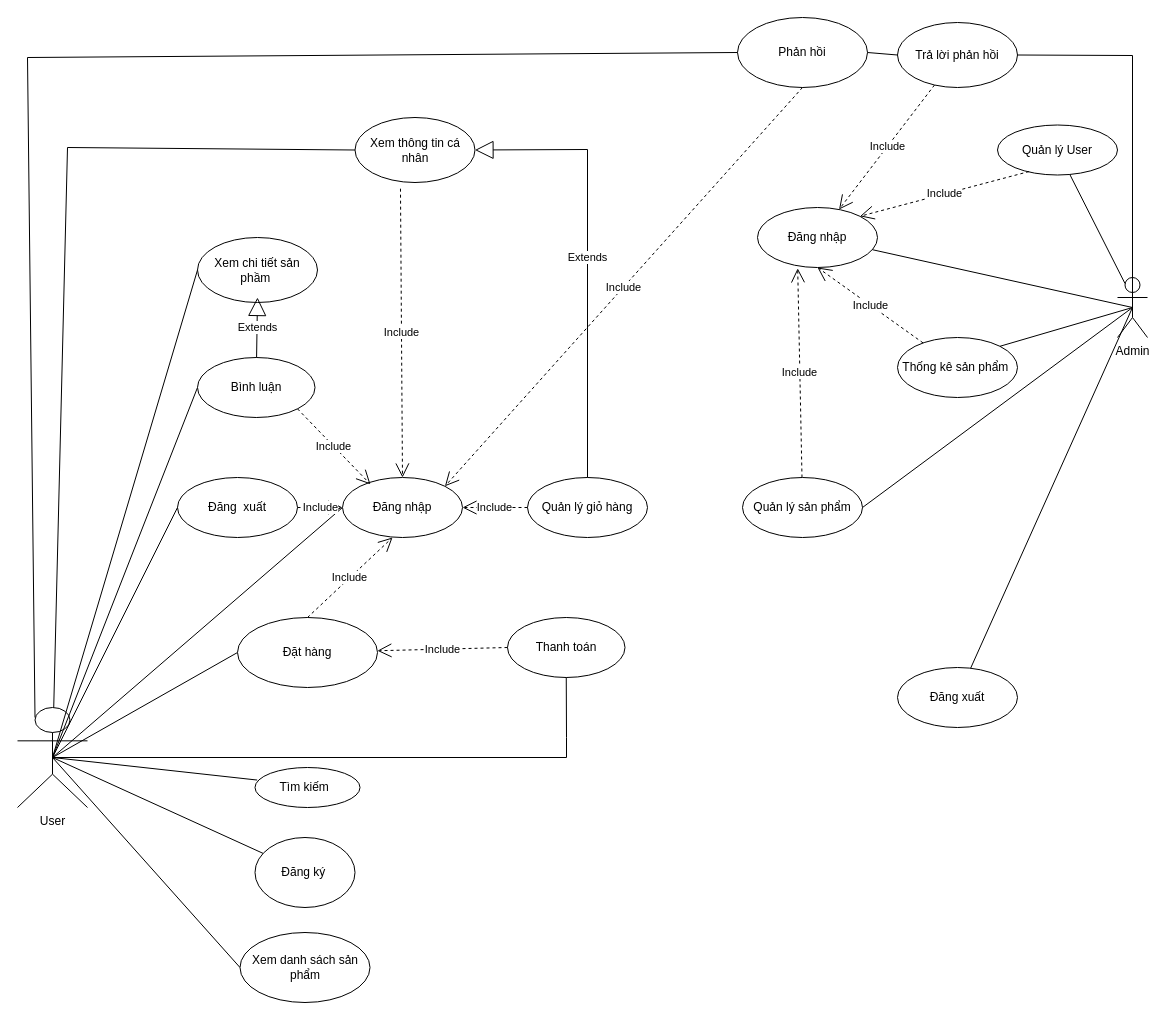
Earlier version of the draw.io diagram Untitled Diagram.drawio (ThanhdoBKHN/tab-tracker). Source tidied: cells renumbered, new cells numbered last; positions are measured from the earlier drawing's top-left corner, leaving out a move shared by most shapes. Both pictures are drawn from the tidied source at 100%, with x=0, y=0 at pixel (17, 17).
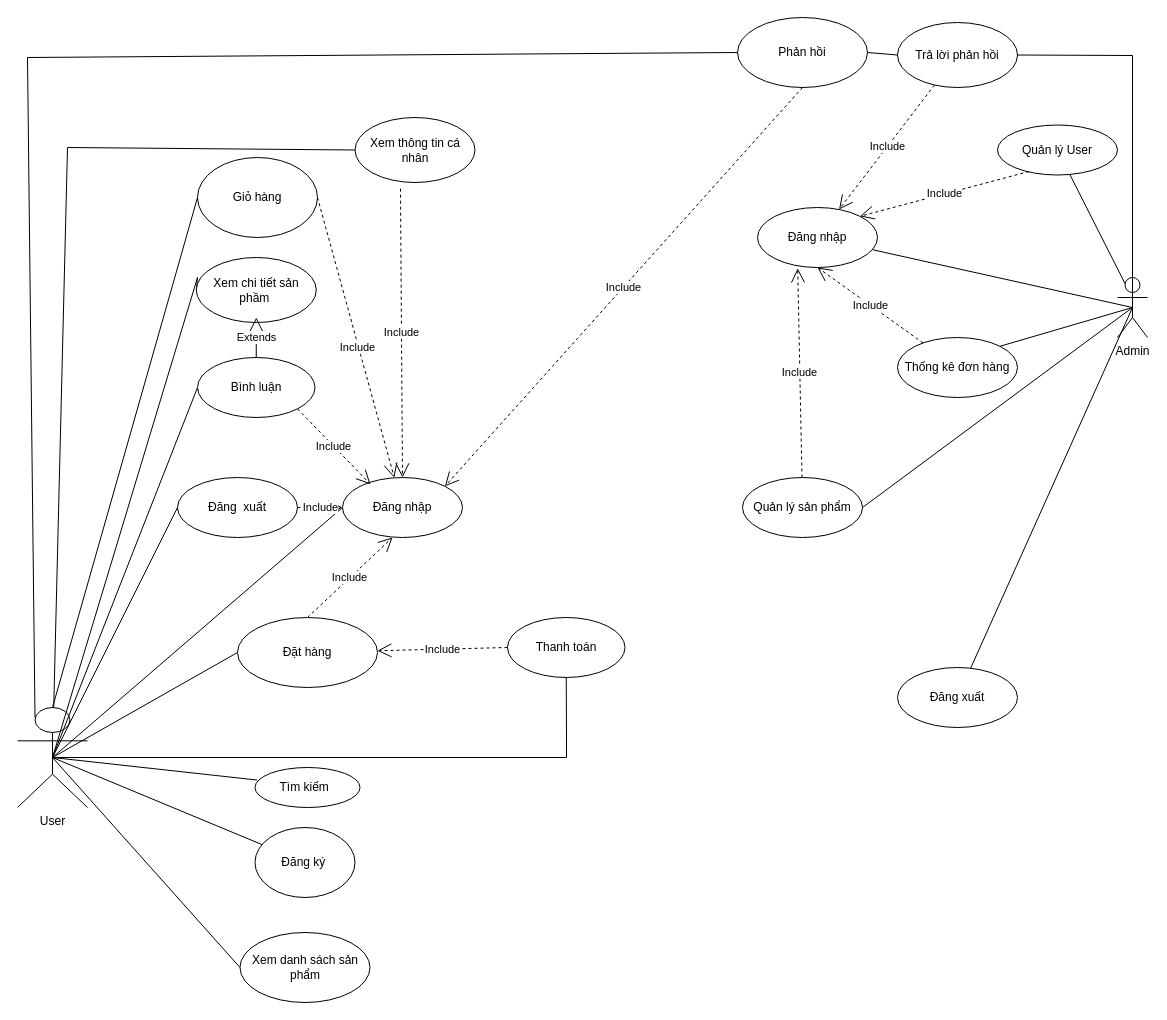
After the change.

Unchanged cells that the change refers to:
```xml
<mxCell id="2" value="User&lt;br&gt;" style="shape=umlActor;verticalLabelPosition=bottom;verticalAlign=top;html=1;outlineConnect=0;" parent="1" vertex="1">
  <mxGeometry y="690" width="70" height="100" as="geometry" />
</mxCell>
<mxCell id="12" value="Đăng nhập" style="ellipse;whiteSpace=wrap;html=1;" parent="1" vertex="1">
  <mxGeometry x="325" y="460" width="120" height="60" as="geometry" />
</mxCell>
<mxCell id="28" value="Xem thông tin cá nhân" style="ellipse;whiteSpace=wrap;html=1;" parent="1" vertex="1">
  <mxGeometry x="337.5" y="100" width="120" height="65" as="geometry" />
</mxCell>
```

What changed in the source:
```diff
@@
     <mxCell id="7" style="endArrow=none;html=1;rounded=0;entryX=0;entryY=0.5;entryDx=0;entryDy=0;exitX=0.5;exitY=0.5;exitDx=0;exitDy=0;exitPerimeter=0;" parent="1" edge="1" source="2" target="13">
-      <mxGeometry relative="1" as="geometry" />
+      <mxGeometry relative="1" as="geometry">
+        <Array as="points">
+          <mxPoint x="180" y="260" />
+        </Array>
+      </mxGeometry>
     </mxCell>
@@
     <mxCell id="13" value="Xem chi tiết sản phầm&amp;nbsp;" style="ellipse;whiteSpace=wrap;html=1;" parent="1" vertex="1">
-      <mxGeometry x="180" y="220" width="120" height="65" as="geometry" />
+      <mxGeometry x="178.8" y="240" width="120" height="65" as="geometry" />
     </mxCell>
@@
     <mxCell id="15" value="Đăng ký&amp;nbsp;" style="ellipse;whiteSpace=wrap;html=1;" parent="1" vertex="1">
-      <mxGeometry x="237.5" y="820" width="100" height="70" as="geometry" />
+      <mxGeometry x="237.5" y="810" width="100" height="70" as="geometry" />
     </mxCell>
@@
-    <mxCell id="18" value="Quản lý giỏ hàng" style="ellipse;whiteSpace=wrap;html=1;" parent="1" vertex="1">
-      <mxGeometry x="510" y="460" width="120" height="60" as="geometry" />
-    </mxCell>
@@
-    <mxCell id="23" value="Include" style="endArrow=open;endSize=12;dashed=1;html=1;rounded=0;entryX=1;entryY=0.5;entryDx=0;entryDy=0;" parent="1" edge="1" source="18" target="12">
-      <mxGeometry relative="1" as="geometry" />
-    </mxCell>
@@
-    <mxCell id="31" value="Extends" style="endArrow=block;endSize=16;endFill=0;html=1;rounded=0;entryX=1;entryY=0.5;entryDx=0;entryDy=0;exitX=0.5;exitY=0;exitDx=0;exitDy=0;" parent="1" edge="1" source="18" target="28">
-      <mxGeometry relative="1" as="geometry">
-        <Array as="points">
-          <mxPoint x="570" y="132" />
-        </Array>
-      </mxGeometry>
-    </mxCell>
@@
-    <mxCell id="47" value="Thống kê sản phẩm&amp;nbsp;" style="ellipse;whiteSpace=wrap;html=1;" parent="1" vertex="1">
+    <mxCell id="47" value="Thống kê đơn hàng" style="ellipse;whiteSpace=wrap;html=1;" parent="1" vertex="1">
       <mxGeometry x="880" y="320" width="120" height="60" as="geometry" />
     </mxCell>
@@
+    <mxCell id="53" value="Giỏ hàng" style="ellipse;whiteSpace=wrap;html=1;" parent="1" vertex="1">
+      <mxGeometry x="180" y="140" width="120" height="80" as="geometry" />
+    </mxCell>
+    <mxCell id="54" style="endArrow=none;html=1;rounded=0;exitX=0.5;exitY=0;exitDx=0;exitDy=0;exitPerimeter=0;entryX=0;entryY=0.5;entryDx=0;entryDy=0;" parent="1" edge="1" source="2" target="53">
+      <mxGeometry relative="1" as="geometry" />
+    </mxCell>
+    <mxCell id="23" value="Include" style="endArrow=open;endSize=12;dashed=1;html=1;rounded=0;exitX=1;exitY=0.5;exitDx=0;exitDy=0;" parent="1" edge="1" source="53" target="12">
+      <mxGeometry x="0.07" y="-1" relative="1" as="geometry" />
+    </mxCell>
```
